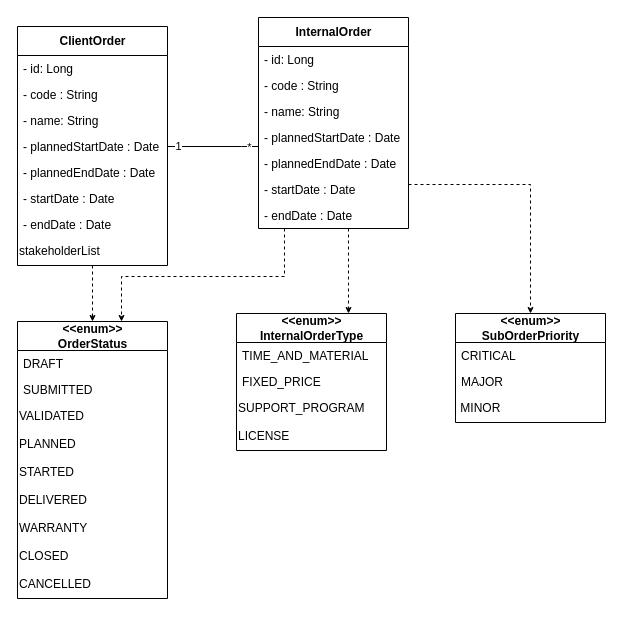
Above: Sprint1/_DiagrammeClasseOrder.drawio in ZidiMedAmine/UML (draw.io), before the change. Source tidied: cells renumbered, new cells numbered last; positions are measured from the earlier drawing's top-left corner, leaving out a move shared by most shapes. Both pictures are drawn from the tidied source at 100%, with x=0, y=0 at pixel (17, 17).
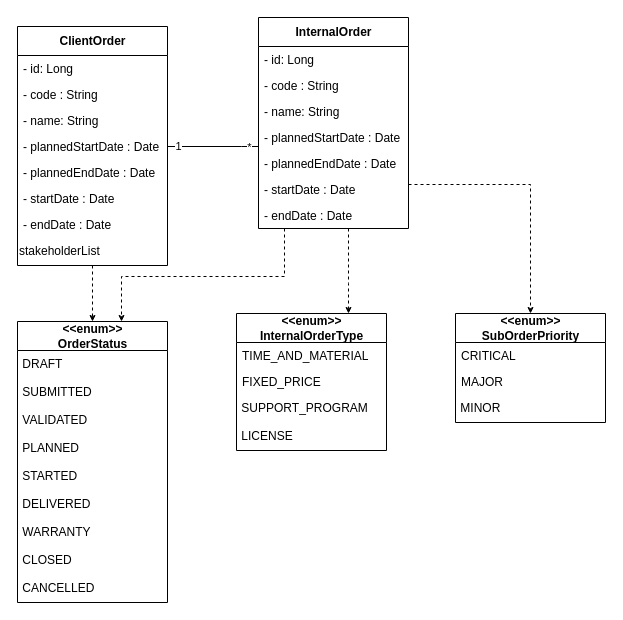
The same diagram, later.

Unchanged cells that the change refers to:
```xml
<mxCell id="20" value="&lt;b&gt;&amp;lt;&amp;lt;enum&amp;gt;&amp;gt;&lt;br&gt;InternalOrderType&lt;/b&gt;" style="swimlane;fontStyle=0;align=center;verticalAlign=middle;horizontal=1;startSize=29;html=1;fontSize=12;labelPosition=center;verticalLabelPosition=middle;swimlaneLine=1;rounded=0;sketch=0;glass=0;" parent="1" vertex="1">
  <mxGeometry x="219" y="296" width="150" height="137" as="geometry" />
</mxCell>
```

Change to the diagram source:
```diff
@@
     <mxCell id="10" value="&lt;b&gt;&amp;lt;&amp;lt;enum&amp;gt;&amp;gt;&lt;br&gt;OrderStatus&lt;/b&gt;" style="swimlane;fontStyle=0;align=center;verticalAlign=middle;horizontal=1;startSize=29;html=1;fontSize=12;labelPosition=center;verticalLabelPosition=middle;swimlaneLine=1;rounded=0;sketch=0;glass=0;" parent="1" vertex="1">
-      <mxGeometry y="304" width="150" height="277" as="geometry" />
+      <mxGeometry y="304" width="150" height="281" as="geometry" />
     </mxCell>
-    <mxCell id="11" value="DRAFT" style="text;strokeColor=none;fillColor=none;align=left;verticalAlign=top;spacingLeft=4;spacingRight=4;overflow=hidden;fontStyle=0;" parent="10" vertex="1">
-      <mxGeometry y="29" width="150" height="26" as="geometry" />
+    <mxCell id="11" value="&lt;span&gt;&amp;nbsp;DRAFT&lt;/span&gt;" style="text;whiteSpace=wrap;html=1;fontStyle=0;" parent="10" vertex="1">
+      <mxGeometry y="29" width="150" height="28" as="geometry" />
     </mxCell>
-    <mxCell id="12" value="SUBMITTED" style="text;strokeColor=none;fillColor=none;align=left;verticalAlign=top;spacingLeft=4;spacingRight=4;overflow=hidden;fontStyle=0;" parent="10" vertex="1">
-      <mxGeometry y="55" width="150" height="26" as="geometry" />
+    <mxCell id="12" value="&lt;span&gt;&amp;nbsp;SUBMITTED&lt;/span&gt;" style="text;whiteSpace=wrap;html=1;fontStyle=0;" parent="10" vertex="1">
+      <mxGeometry y="57" width="150" height="28" as="geometry" />
     </mxCell>
-    <mxCell id="13" value="VALIDATED" style="text;whiteSpace=wrap;html=1;fontStyle=0;" parent="10" vertex="1">
-      <mxGeometry y="81" width="150" height="28" as="geometry" />
+    <mxCell id="13" value="&amp;nbsp;VALIDATED" style="text;whiteSpace=wrap;html=1;fontStyle=0;" parent="10" vertex="1">
+      <mxGeometry y="85" width="150" height="28" as="geometry" />
     </mxCell>
-    <mxCell id="14" value="PLANNED" style="text;whiteSpace=wrap;html=1;fontStyle=0;" parent="10" vertex="1">
-      <mxGeometry y="109" width="150" height="28" as="geometry" />
+    <mxCell id="14" value="&amp;nbsp;PLANNED" style="text;whiteSpace=wrap;html=1;fontStyle=0;" parent="10" vertex="1">
+      <mxGeometry y="113" width="150" height="28" as="geometry" />
     </mxCell>
-    <mxCell id="15" value="STARTED" style="text;whiteSpace=wrap;html=1;fontStyle=0;" parent="10" vertex="1">
-      <mxGeometry y="137" width="150" height="28" as="geometry" />
+    <mxCell id="15" value="&amp;nbsp;STARTED" style="text;whiteSpace=wrap;html=1;fontStyle=0;" parent="10" vertex="1">
+      <mxGeometry y="141" width="150" height="28" as="geometry" />
     </mxCell>
-    <mxCell id="16" value="DELIVERED" style="text;whiteSpace=wrap;html=1;fontStyle=0;" parent="10" vertex="1">
-      <mxGeometry y="165" width="150" height="28" as="geometry" />
+    <mxCell id="16" value="&amp;nbsp;DELIVERED" style="text;whiteSpace=wrap;html=1;fontStyle=0;" parent="10" vertex="1">
+      <mxGeometry y="169" width="150" height="28" as="geometry" />
     </mxCell>
-    <mxCell id="17" value="WARRANTY" style="text;whiteSpace=wrap;html=1;fontStyle=0;" parent="10" vertex="1">
-      <mxGeometry y="193" width="150" height="28" as="geometry" />
+    <mxCell id="17" value="&amp;nbsp;WARRANTY" style="text;whiteSpace=wrap;html=1;fontStyle=0;" parent="10" vertex="1">
+      <mxGeometry y="197" width="150" height="28" as="geometry" />
     </mxCell>
-    <mxCell id="18" value="CLOSED" style="text;whiteSpace=wrap;html=1;fontStyle=0;" parent="10" vertex="1">
-      <mxGeometry y="221" width="150" height="28" as="geometry" />
+    <mxCell id="18" value="&amp;nbsp;CLOSED" style="text;whiteSpace=wrap;html=1;fontStyle=0;" parent="10" vertex="1">
+      <mxGeometry y="225" width="150" height="28" as="geometry" />
     </mxCell>
-    <mxCell id="19" value="CANCELLED" style="text;whiteSpace=wrap;html=1;fontStyle=0;" parent="10" vertex="1">
-      <mxGeometry y="249" width="150" height="28" as="geometry" />
+    <mxCell id="19" value="&amp;nbsp;CANCELLED" style="text;whiteSpace=wrap;html=1;fontStyle=0;" parent="10" vertex="1">
+      <mxGeometry y="253" width="150" height="28" as="geometry" />
     </mxCell>
@@
-    <mxCell id="23" value="SUPPORT_PROGRAM" style="text;whiteSpace=wrap;html=1;fontStyle=0;" parent="20" vertex="1">
+    <mxCell id="23" value="&amp;nbsp;SUPPORT_PROGRAM" style="text;whiteSpace=wrap;html=1;fontStyle=0;" parent="20" vertex="1">
       <mxGeometry y="81" width="150" height="28" as="geometry" />
     </mxCell>
-    <mxCell id="24" value="LICENSE" style="text;whiteSpace=wrap;html=1;fontStyle=0;" parent="20" vertex="1">
+    <mxCell id="24" value="&amp;nbsp;LICENSE" style="text;whiteSpace=wrap;html=1;fontStyle=0;" parent="20" vertex="1">
       <mxGeometry y="109" width="150" height="28" as="geometry" />
     </mxCell>
```
